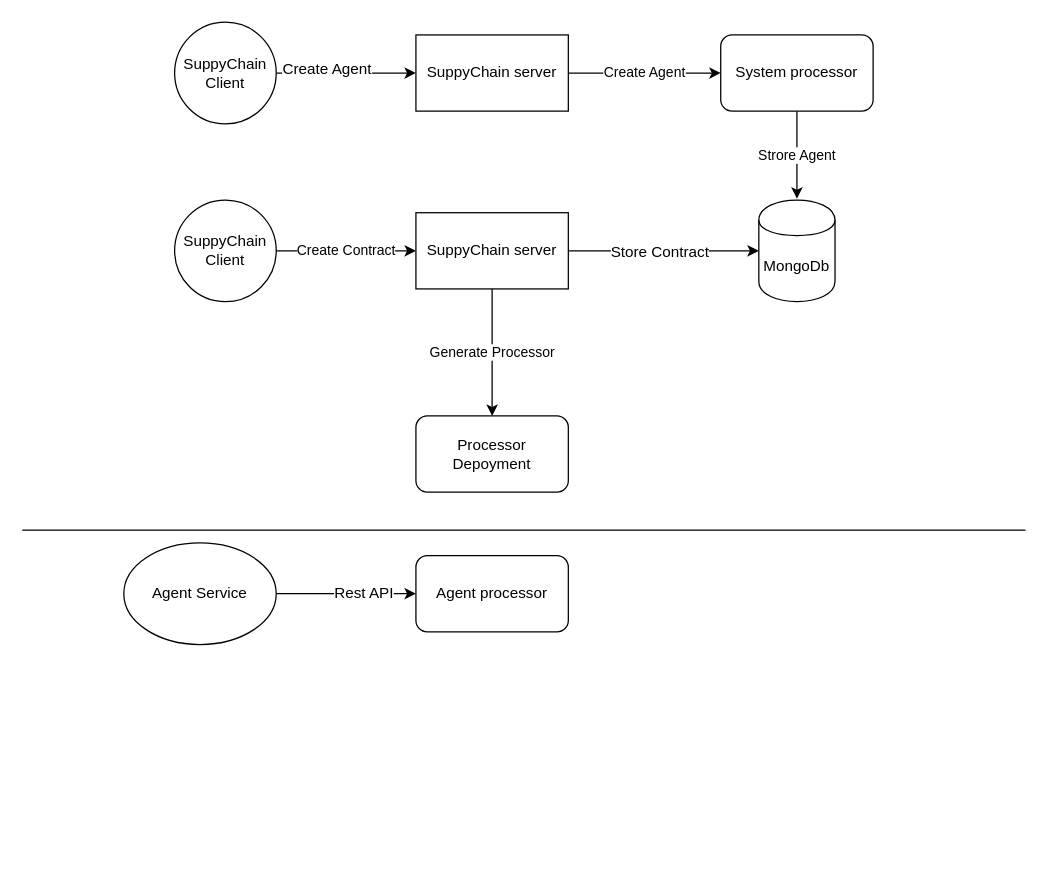
The draw.io diagram SupplyChainArchitecture.drawio in NTT-TNN/draw, before the edit. Source tidied: cells renumbered, new cells numbered last; positions are measured from the earlier drawing's top-left corner, leaving out a move shared by most shapes. Both pictures are drawn from the tidied source at 127%, with x=0, y=0 at pixel (22, 22). Pictures stored in the file or linked from it are replaced by grey dashed boxes.
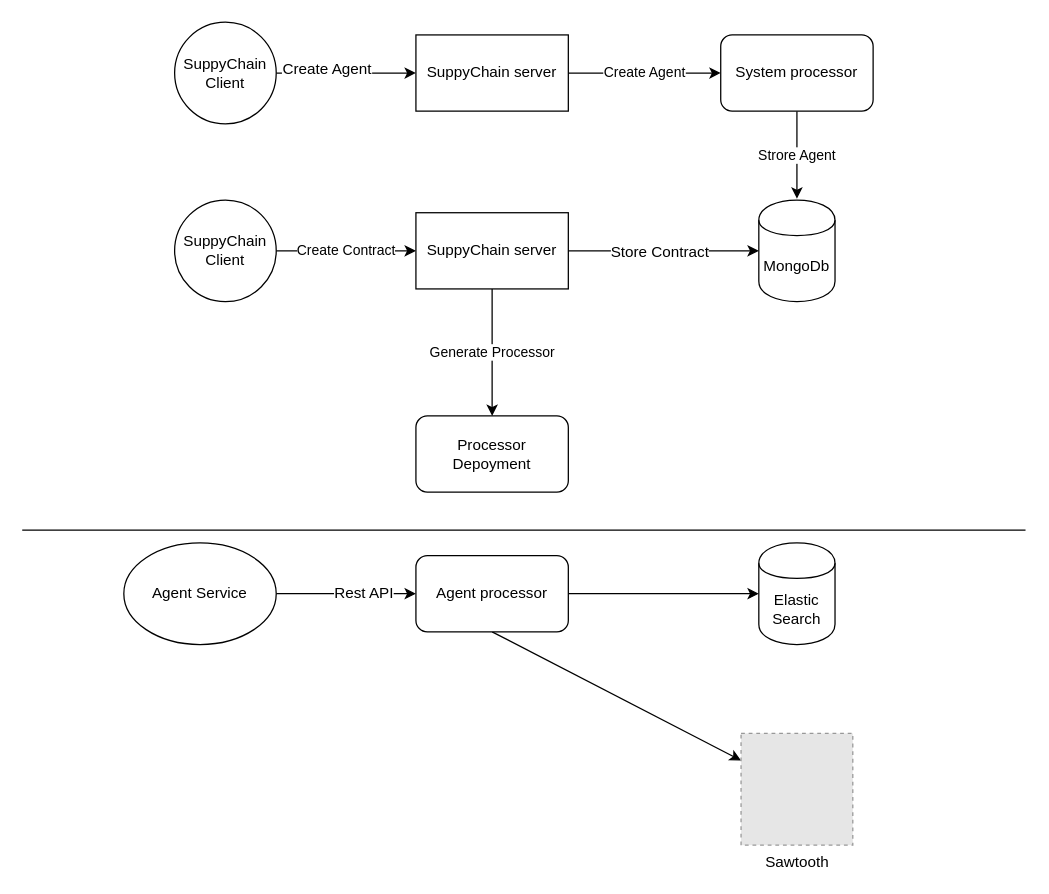
Above is the later version.

Unchanged cells that the change refers to:
```xml
<mxCell id="20" value="Agent processor" style="rounded=1;whiteSpace=wrap;html=1;" parent="1" vertex="1">
  <mxGeometry x="310" y="420" width="120" height="60" as="geometry" />
</mxCell>
```

What changed in the source:
```diff
@@
+    <mxCell id="22" style="edgeStyle=none;rounded=0;jettySize=auto;html=1;exitX=1;exitY=0.5;exitDx=0;exitDy=0;entryX=0;entryY=0.5;entryDx=0;entryDy=0;" parent="1" edge="1" source="20" target="24">
+      <mxGeometry relative="1" as="geometry" />
+    </mxCell>
+    <mxCell id="23" style="edgeStyle=none;rounded=0;jettySize=auto;html=1;exitX=0.5;exitY=1;exitDx=0;exitDy=0;" parent="1" edge="1" source="20" target="25">
+      <mxGeometry relative="1" as="geometry" />
+    </mxCell>
@@
+    <mxCell id="24" value="Elastic Search" style="shape=cylinder;whiteSpace=wrap;html=1;boundedLbl=1;backgroundOutline=1;" parent="1" vertex="1">
+      <mxGeometry x="580" y="410" width="60" height="80" as="geometry" />
+    </mxCell>
+    <mxCell id="25" value="Sawtooth" style="fillColor=#E6E6E6;strokeColor=#999999;dashed=1;html=1;verticalAlign=top;verticalLabelPosition=bottom;labelBackgroundColor=#ffffff;" parent="1" vertex="1">
+      <mxGeometry x="566" y="560" width="88" height="88" as="geometry" />
+    </mxCell>
```
